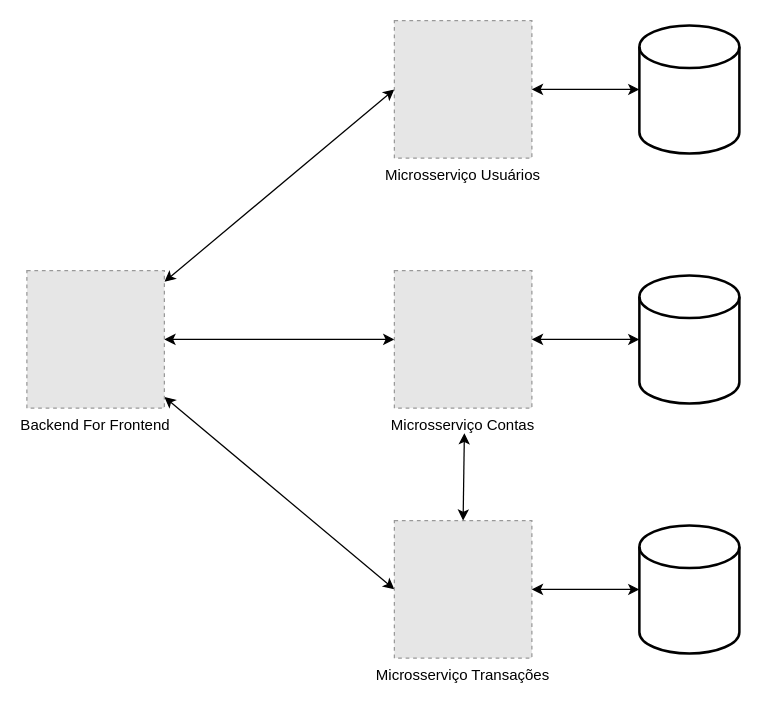
The draw.io diagram docs/Java Microservices.drawio in gustapinto/java_microsservices, before the edit. Source tidied: cells renumbered, new cells numbered last; positions are measured from the earlier drawing's top-left corner, leaving out a move shared by most shapes. Both pictures are drawn from the tidied source at 125%, with x=0, y=0 at pixel (26, 20). Pictures stored in the file or linked from it are replaced by grey dashed boxes.
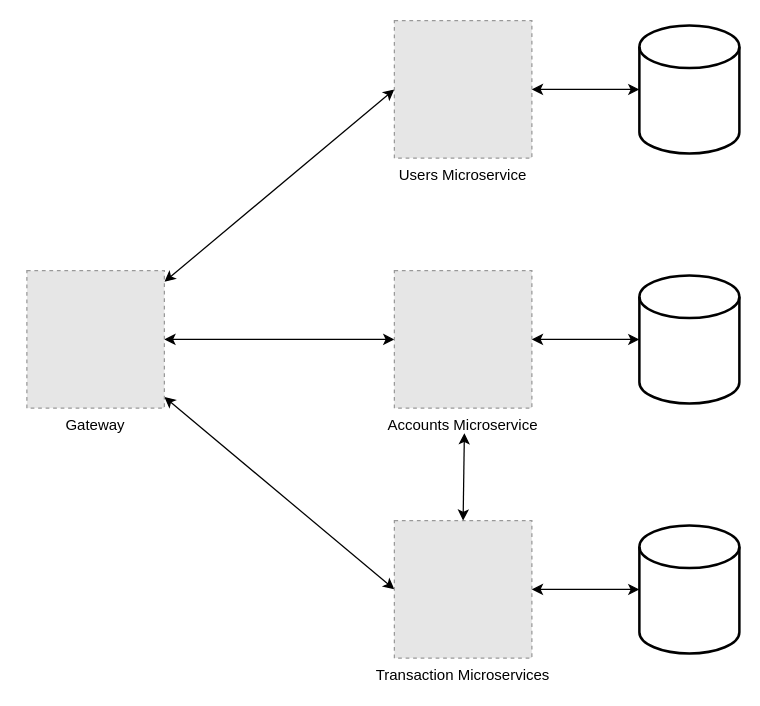
The same diagram, later.

What changed in the source:
```diff
@@
 <mxGraphModel>
   <root>
     <mxCell id="0" />
     <mxCell id="1" parent="0" />
     <mxCell id="2" style="edgeStyle=orthogonalEdgeStyle;rounded=0;jettySize=auto;html=1;entryX=0;entryY=0.5;entryDx=0;entryDy=0;startArrow=classic;startFill=1;" parent="1" edge="1" source="5" target="7">
       <mxGeometry relative="1" as="geometry" />
     </mxCell>
-    <mxCell id="3" style="rounded=0;jettySize=auto;html=1;entryX=0;entryY=0.5;entryDx=0;entryDy=0;startArrow=classic;startFill=1;" parent="1" edge="1" source="5" target="6">
+    <mxCell id="3" style="rounded=0;jettySize=auto;html=1;entryX=0;entryY=0.5;entryDx=0;entryDy=0;startArrow=classic;startFill=1;jumpStyle=none;" parent="1" edge="1" source="5" target="6">
       <mxGeometry relative="1" as="geometry" />
     </mxCell>
     <mxCell id="4" style="rounded=0;jettySize=auto;html=1;entryX=0;entryY=0.5;entryDx=0;entryDy=0;startArrow=classic;startFill=1;" parent="1" edge="1" source="5" target="8">
       <mxGeometry relative="1" as="geometry" />
     </mxCell>
-    <mxCell id="5" value="Backend For Frontend&#10;" style="fillColor=#E6E6E6;strokeColor=#999999;dashed=1;verticalLabelPosition=bottom;labelBackgroundColor=default;verticalAlign=top;" parent="1" vertex="1">
+    <mxCell id="5" value="Gateway" style="fillColor=#E6E6E6;strokeColor=#999999;dashed=1;verticalLabelPosition=bottom;labelBackgroundColor=default;verticalAlign=top;" parent="1" vertex="1">
       <mxGeometry y="200" width="110" height="110" as="geometry" />
     </mxCell>
-    <mxCell id="6" value="Microsserviço Usuários&#10;" style="fillColor=#E6E6E6;strokeColor=#999999;dashed=1;verticalLabelPosition=bottom;labelBackgroundColor=default;verticalAlign=top;" parent="1" vertex="1">
+    <mxCell id="6" value="Users Microservice" style="fillColor=#E6E6E6;strokeColor=#999999;dashed=1;verticalLabelPosition=bottom;labelBackgroundColor=default;verticalAlign=top;" parent="1" vertex="1">
       <mxGeometry x="294" width="110" height="110" as="geometry" />
     </mxCell>
-    <mxCell id="7" value="Microsserviço Contas&#10;&#10;" style="fillColor=#E6E6E6;strokeColor=#999999;dashed=1;verticalLabelPosition=bottom;labelBackgroundColor=default;verticalAlign=top;" parent="1" vertex="1">
+    <mxCell id="7" value="Accounts Microservice" style="fillColor=#E6E6E6;strokeColor=#999999;dashed=1;verticalLabelPosition=bottom;labelBackgroundColor=default;verticalAlign=top;" parent="1" vertex="1">
       <mxGeometry x="294" y="200" width="110" height="110" as="geometry" />
     </mxCell>
-    <mxCell id="8" value="Microsserviço Transações&#10;&#10;" style="fillColor=#E6E6E6;strokeColor=#999999;dashed=1;verticalLabelPosition=bottom;labelBackgroundColor=default;verticalAlign=top;" parent="1" vertex="1">
+    <mxCell id="8" value="Transaction Microservices" style="fillColor=#E6E6E6;strokeColor=#999999;dashed=1;verticalLabelPosition=bottom;labelBackgroundColor=default;verticalAlign=top;" parent="1" vertex="1">
       <mxGeometry x="294" y="400" width="110" height="110" as="geometry" />
     </mxCell>
     <mxCell id="9" style="strokeWidth=2;html=1;shape=mxgraph.flowchart.database;whiteSpace=wrap;" parent="1" vertex="1">
       <mxGeometry x="490" y="3.8" width="80" height="102.5" as="geometry" />
     </mxCell>
     <mxCell id="10" style="edgeStyle=orthogonalEdgeStyle;rounded=0;jettySize=auto;html=1;entryX=0;entryY=0.5;entryDx=0;entryDy=0;entryPerimeter=0;startArrow=classic;startFill=1;" parent="1" edge="1" source="6" target="9">
       <mxGeometry relative="1" as="geometry" />
     </mxCell>
     <mxCell id="11" style="strokeWidth=2;html=1;shape=mxgraph.flowchart.database;whiteSpace=wrap;" parent="1" vertex="1">
       <mxGeometry x="490" y="203.8" width="80" height="102.5" as="geometry" />
     </mxCell>
     <mxCell id="12" style="edgeStyle=orthogonalEdgeStyle;rounded=0;jettySize=auto;html=1;entryX=0;entryY=0.5;entryDx=0;entryDy=0;entryPerimeter=0;startArrow=classic;startFill=1;" parent="1" edge="1" source="7" target="11">
       <mxGeometry relative="1" as="geometry" />
     </mxCell>
     <mxCell id="13" style="strokeWidth=2;html=1;shape=mxgraph.flowchart.database;whiteSpace=wrap;" parent="1" vertex="1">
       <mxGeometry x="490" y="403.8" width="80" height="102.5" as="geometry" />
     </mxCell>
     <mxCell id="14" style="edgeStyle=orthogonalEdgeStyle;rounded=0;jettySize=auto;html=1;entryX=0;entryY=0.5;entryDx=0;entryDy=0;entryPerimeter=0;startArrow=classic;startFill=1;" parent="1" edge="1" source="8" target="13">
       <mxGeometry relative="1" as="geometry" />
     </mxCell>
     <mxCell id="15" style="endArrow=classic;startArrow=classic;html=1;rounded=0;exitX=0.5;exitY=0;exitDx=0;exitDy=0;" parent="1" edge="1" source="8">
       <mxGeometry relative="1" as="geometry">
         <mxPoint x="350" y="330" as="targetPoint" />
       </mxGeometry>
     </mxCell>
   </root>
 </mxGraphModel>
```
